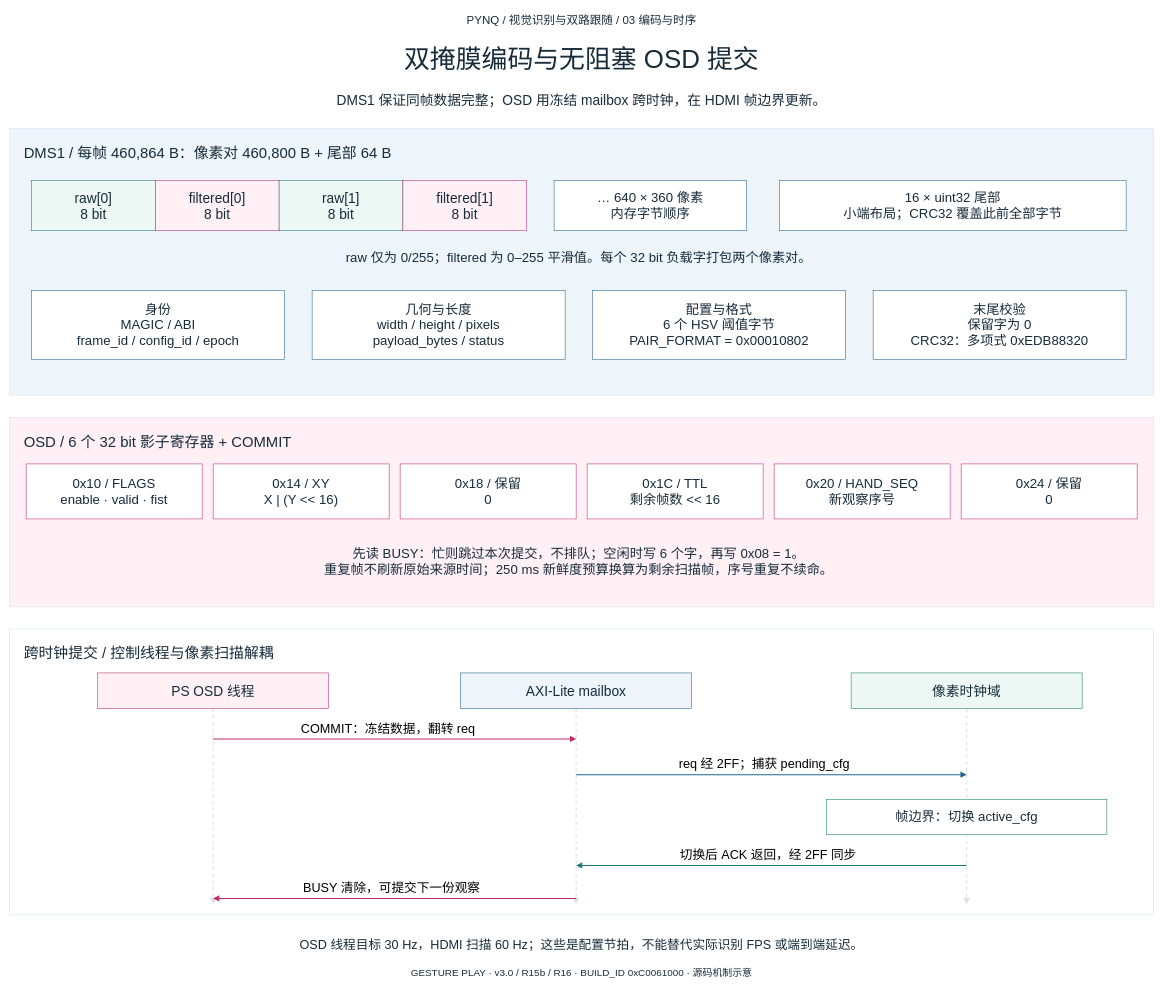
This is project/report/figures/vision_dual_follow_handoff/figures/03_dms1_osd_timing.drawio from hyh2758832315/pynq-gesture-play, a draw.io file, before an edit. Source tidied: cells renumbered, new cells numbered last; positions are measured from the earlier drawing's top-left corner, leaving out a move shared by most shapes. Both pictures are drawn from the tidied source at 55%, with x=0, y=0 at pixel (9, 9).
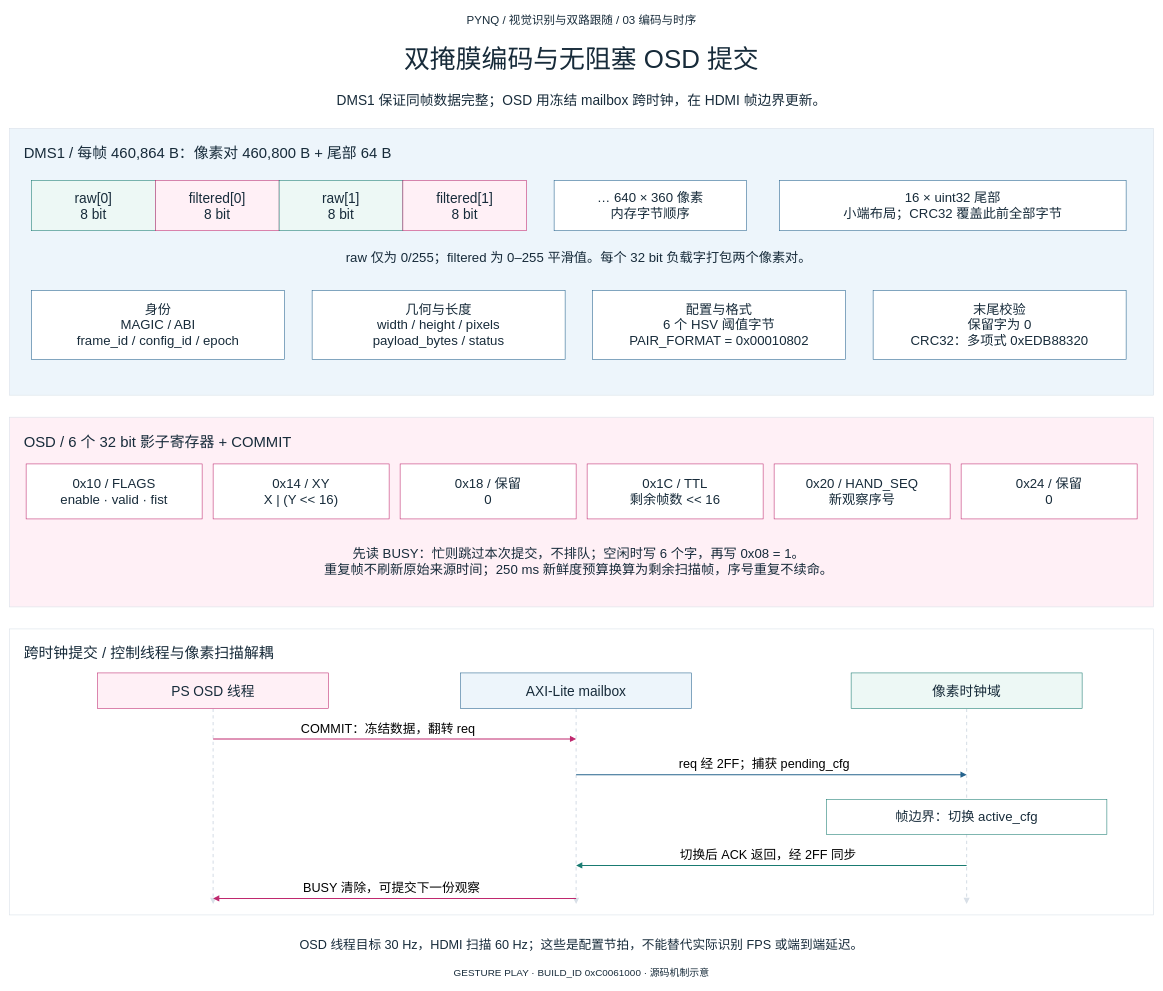
The same page after the edit.

Change to the diagram source:
```diff
@@
-    <mxCell id="15" value="GESTURE PLAY  ·  v3.0 / R15b / R16  ·  BUILD_ID 0xC0061000  ·  源码机制示意" style="rounded=0;whiteSpace=wrap;html=0;fillColor=#ffffff;strokeColor=#d8dfe7;fontColor=#172b3a;fontFamily=Microsoft YaHei;fontSize=18;spacing=12;fillColor=none;strokeColor=none;" parent="1" vertex="1">
+    <mxCell id="15" value="GESTURE PLAY  ·  BUILD_ID 0xC0061000  ·  源码机制示意" style="rounded=0;whiteSpace=wrap;html=0;fillColor=#ffffff;strokeColor=#d8dfe7;fontColor=#172b3a;fontFamily=Microsoft YaHei;fontSize=18;spacing=12;fillColor=none;strokeColor=none;" parent="1" vertex="1">
       <mxGeometry y="1735" width="2080" height="33" as="geometry" />
     </mxCell>
```
